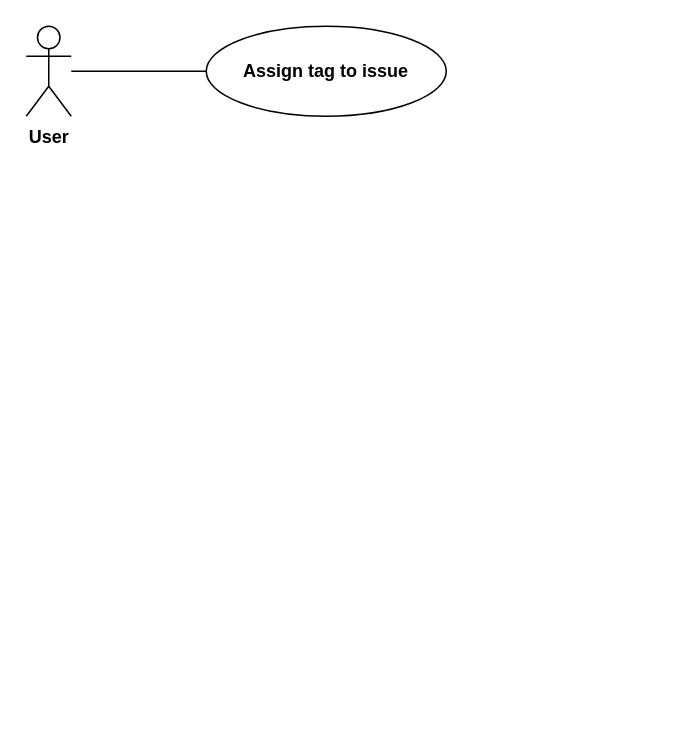
The draw.io diagram page "Assign tag to issue" (2 of 9) of Documentazione/use cases/use_cases.drawio in Alessandro-uni/BugBoard26, before the edit. Source tidied: cells renumbered, new cells numbered last; positions are measured from the earlier drawing's top-left corner, leaving out a move shared by most shapes. Both pictures are drawn from the tidied source at 150%, with x=0, y=0 at pixel (26, 26).
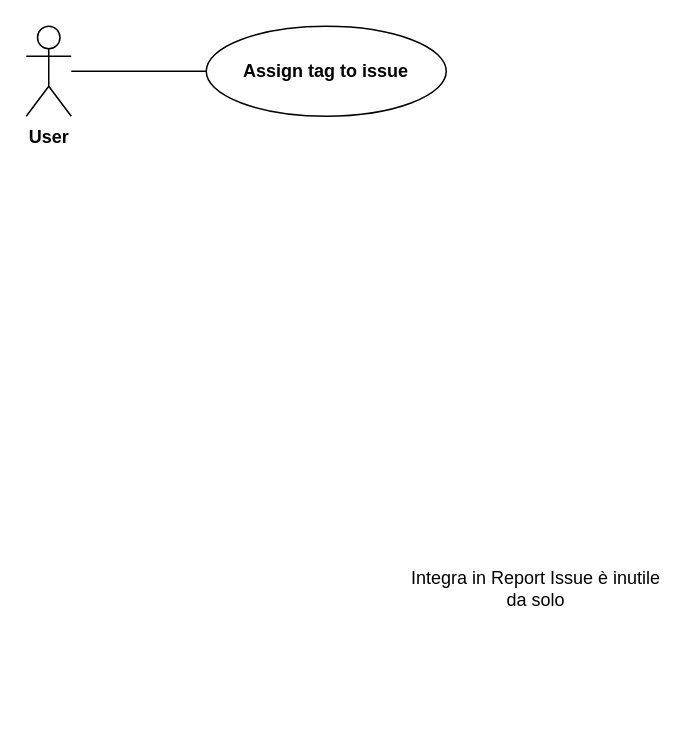
After the change.

Diff of the diagram source:
```diff
@@
 <mxGraphModel>
   <root>
     <mxCell id="0" />
     <mxCell id="1" parent="0" />
     <mxCell id="2" value="&lt;b&gt;User&lt;/b&gt;" style="shape=umlActor;verticalLabelPosition=bottom;verticalAlign=top;html=1;gradientColor=none;fillColor=none;" parent="1" vertex="1">
       <mxGeometry width="30" height="60" as="geometry" />
     </mxCell>
     <mxCell id="3" style="rounded=0;jettySize=auto;html=1;endArrow=none;endFill=0;" parent="1" edge="1" source="4" target="2">
       <mxGeometry relative="1" as="geometry" />
     </mxCell>
     <mxCell id="4" value="&lt;b&gt;Assign tag to issue&lt;/b&gt;" style="ellipse;whiteSpace=wrap;html=1;fillColor=none;" parent="1" vertex="1">
       <mxGeometry x="120" width="160" height="60" as="geometry" />
     </mxCell>
+    <mxCell id="5" value="Integra in Report Issue è inutile da solo" style="text;html=1;whiteSpace=wrap;strokeColor=none;fillColor=none;align=center;verticalAlign=middle;rounded=0;" parent="1" vertex="1">
+      <mxGeometry x="250" y="290" width="180" height="170" as="geometry" />
+    </mxCell>
   </root>
 </mxGraphModel>
```
